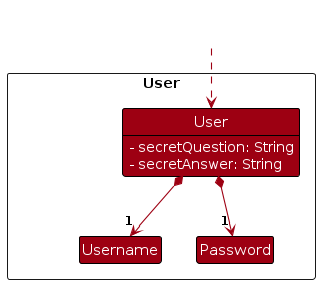
The PlantUML diagram diagrams/UserClassDiagram.png in zhonghan721/tp, before a commit. Its source is kept beside it as diagrams/UserClassDiagram.puml. Its diagram source:
```plantuml
@startuml
!include style.puml
skinparam arrowThickness 1.1
skinparam arrowColor MODEL_COLOR
skinparam classBackgroundColor MODEL_COLOR
skinparam classAttributeIconSize 0

Package User as ModelPackage <<Rectangle>>{
Class User {
<color: #FFFFFF>- secretQuestion: String<color: #FFFFFF>
<color: #FFFFFF>- secretAnswer: String
}

Class Username
Class Password

Class I<<HIDDEN>> #FFFFFF
}

Class HiddenOutside<<HIDDEN>> #FFFFFF
HiddenOutside .down.> User

User *--> "1" Username
User *--> "1" Password

show User fields

@enduml
```
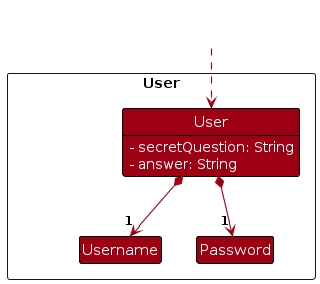
Later version of the same file.

Diff of the diagram source:
```diff
@@ -8,7 +8,7 @@
 Package User as ModelPackage <<Rectangle>>{
 Class User {
 <color: #FFFFFF>- secretQuestion: String<color: #FFFFFF>
-<color: #FFFFFF>- secretAnswer: String
+<color: #FFFFFF>- answer: String
 }
 
 Class Username
```
